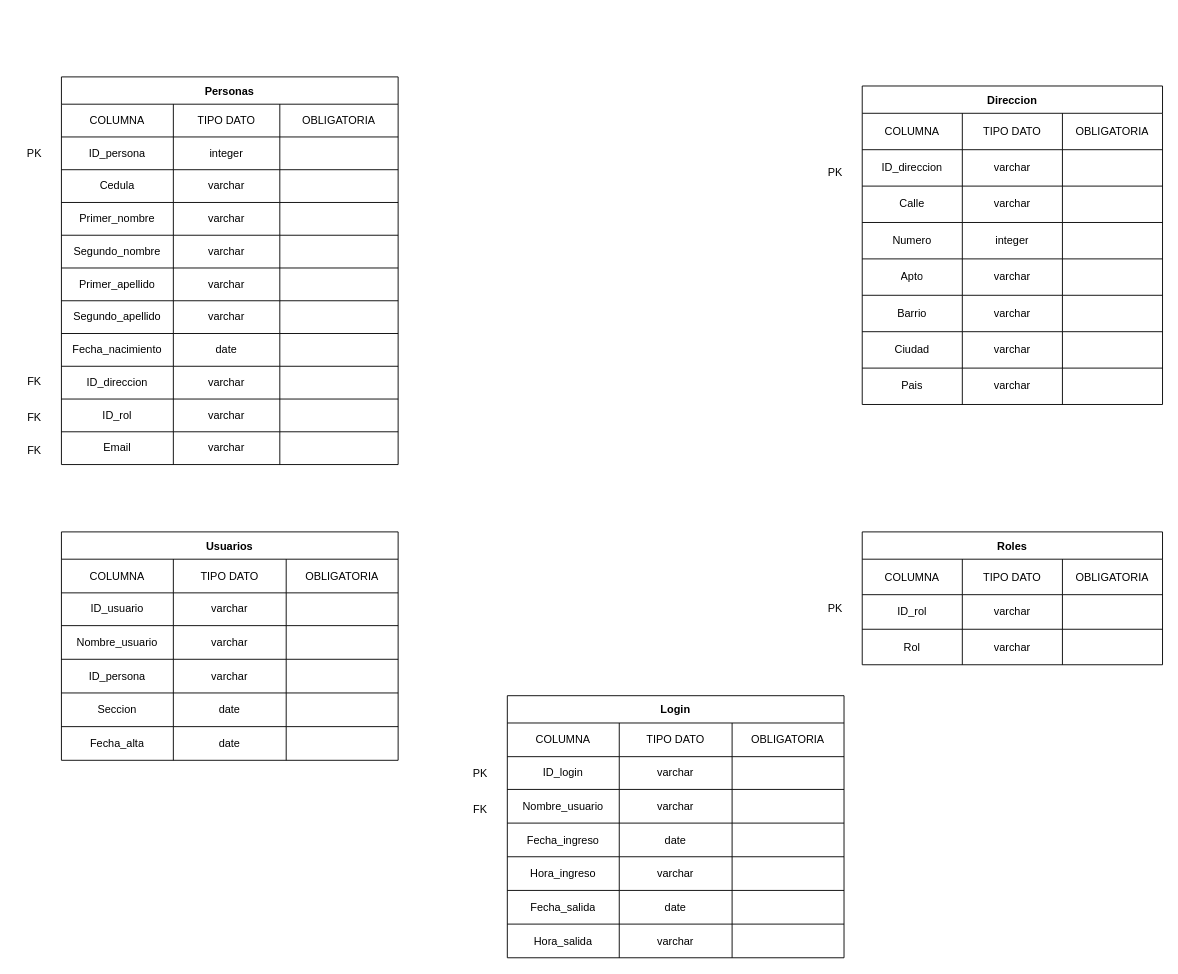
Earlier version of the draw.io diagram ejLogin-DiagFisico.drawio (nicolasferreirat/EjercicioLoginBaseDeDatos). Source tidied: cells renumbered, new cells numbered last; positions are measured from the earlier drawing's top-left corner, leaving out a move shared by most shapes. Both pictures are drawn from the tidied source at 91%, with x=0, y=0 at pixel (15, 76).
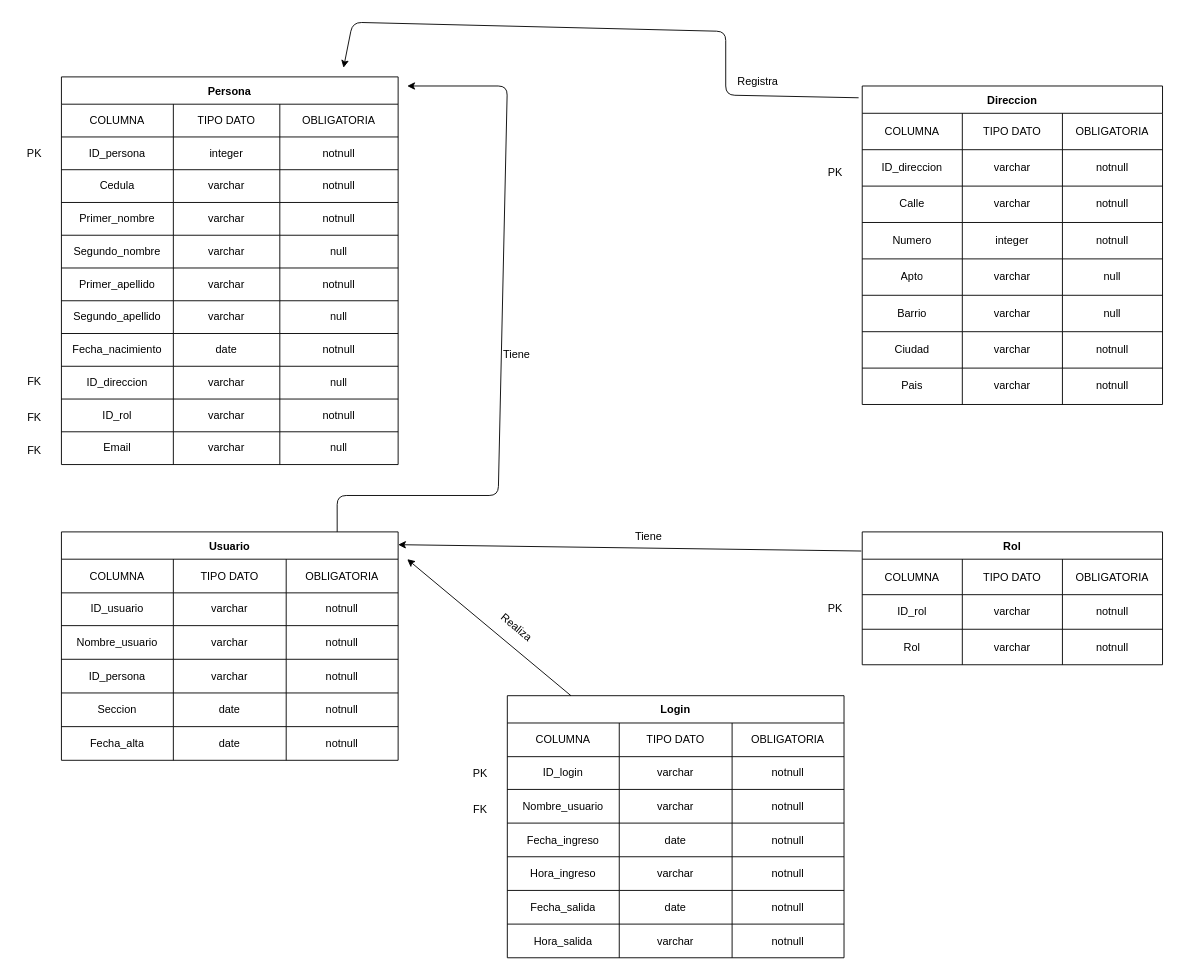
The same diagram, later.

The change refers to these unchanged cells:
```xml
<mxCell id="7" style="shape=tableRow;horizontal=0;startSize=0;swimlaneHead=0;swimlaneBody=0;top=0;left=0;bottom=0;right=0;fillColor=none;" parent="2" vertex="1">
<mxCell id="11" style="shape=tableRow;horizontal=0;startSize=0;swimlaneHead=0;swimlaneBody=0;top=0;left=0;bottom=0;right=0;fillColor=none;" parent="2" vertex="1">
<mxCell id="15" style="shape=tableRow;horizontal=0;startSize=0;swimlaneHead=0;swimlaneBody=0;top=0;left=0;bottom=0;right=0;fillColor=none;" parent="2" vertex="1">
<mxCell id="19" style="shape=tableRow;horizontal=0;startSize=0;swimlaneHead=0;swimlaneBody=0;top=0;left=0;bottom=0;right=0;fillColor=none;" parent="2" vertex="1">
<mxCell id="23" style="shape=tableRow;horizontal=0;startSize=0;swimlaneHead=0;swimlaneBody=0;top=0;left=0;bottom=0;right=0;fillColor=none;" parent="2" vertex="1">
<mxCell id="27" style="shape=tableRow;horizontal=0;startSize=0;swimlaneHead=0;swimlaneBody=0;top=0;left=0;bottom=0;right=0;fillColor=none;" parent="2" vertex="1">
<mxCell id="31" style="shape=tableRow;horizontal=0;startSize=0;swimlaneHead=0;swimlaneBody=0;top=0;left=0;bottom=0;right=0;fillColor=none;" parent="2" vertex="1">
<mxCell id="35" style="shape=tableRow;horizontal=0;startSize=0;swimlaneHead=0;swimlaneBody=0;top=0;left=0;bottom=0;right=0;fillColor=none;" parent="2" vertex="1">
<mxCell id="39" style="shape=tableRow;horizontal=0;startSize=0;swimlaneHead=0;swimlaneBody=0;top=0;left=0;bottom=0;right=0;fillColor=none;" parent="2" vertex="1">
<mxCell id="43" style="shape=tableRow;horizontal=0;startSize=0;swimlaneHead=0;swimlaneBody=0;top=0;left=0;bottom=0;right=0;fillColor=none;" parent="2" vertex="1">
<mxCell id="51" value="Direccion" style="shape=table;startSize=30;childLayout=tableLayout;fontStyle=1;align=center;" parent="1" vertex="1">
<mxCell id="56" style="shape=tableRow;horizontal=0;startSize=0;swimlaneHead=0;swimlaneBody=0;top=0;left=0;bottom=0;right=0;fillColor=none;" parent="51" vertex="1">
<mxCell id="60" style="shape=tableRow;horizontal=0;startSize=0;swimlaneHead=0;swimlaneBody=0;top=0;left=0;bottom=0;right=0;fillColor=none;" parent="51" vertex="1">
<mxCell id="64" style="shape=tableRow;horizontal=0;startSize=0;swimlaneHead=0;swimlaneBody=0;top=0;left=0;bottom=0;right=0;fillColor=none;" parent="51" vertex="1">
<mxCell id="68" style="shape=tableRow;horizontal=0;startSize=0;swimlaneHead=0;swimlaneBody=0;top=0;left=0;bottom=0;right=0;fillColor=none;" parent="51" vertex="1">
<mxCell id="72" style="shape=tableRow;horizontal=0;startSize=0;swimlaneHead=0;swimlaneBody=0;top=0;left=0;bottom=0;right=0;fillColor=none;" parent="51" vertex="1">
<mxCell id="76" style="shape=tableRow;horizontal=0;startSize=0;swimlaneHead=0;swimlaneBody=0;top=0;left=0;bottom=0;right=0;fillColor=none;" parent="51" vertex="1">
<mxCell id="80" style="shape=tableRow;horizontal=0;startSize=0;swimlaneHead=0;swimlaneBody=0;top=0;left=0;bottom=0;right=0;fillColor=none;" parent="51" vertex="1">
<mxCell id="90" style="shape=tableRow;horizontal=0;startSize=0;swimlaneHead=0;swimlaneBody=0;top=0;left=0;bottom=0;right=0;fillColor=none;" parent="85" vertex="1">
<mxCell id="94" style="shape=tableRow;horizontal=0;startSize=0;swimlaneHead=0;swimlaneBody=0;top=0;left=0;bottom=0;right=0;fillColor=none;" parent="85" vertex="1">
<mxCell id="104" style="shape=tableRow;horizontal=0;startSize=0;swimlaneHead=0;swimlaneBody=0;top=0;left=0;bottom=0;right=0;fillColor=none;" parent="99" vertex="1">
<mxCell id="108" style="shape=tableRow;horizontal=0;startSize=0;swimlaneHead=0;swimlaneBody=0;top=0;left=0;bottom=0;right=0;fillColor=none;" parent="99" vertex="1">
<mxCell id="112" style="shape=tableRow;horizontal=0;startSize=0;swimlaneHead=0;swimlaneBody=0;top=0;left=0;bottom=0;right=0;fillColor=none;" parent="99" vertex="1">
<mxCell id="116" style="shape=tableRow;horizontal=0;startSize=0;swimlaneHead=0;swimlaneBody=0;top=0;left=0;bottom=0;right=0;fillColor=none;" parent="99" vertex="1">
<mxCell id="120" style="shape=tableRow;horizontal=0;startSize=0;swimlaneHead=0;swimlaneBody=0;top=0;left=0;bottom=0;right=0;fillColor=none;" parent="99" vertex="1">
<mxCell id="124" value="Login" style="shape=table;startSize=30;childLayout=tableLayout;fontStyle=1;align=center;" parent="1" vertex="1">
<mxCell id="129" style="shape=tableRow;horizontal=0;startSize=0;swimlaneHead=0;swimlaneBody=0;top=0;left=0;bottom=0;right=0;fillColor=none;" parent="124" vertex="1">
<mxCell id="133" style="shape=tableRow;horizontal=0;startSize=0;swimlaneHead=0;swimlaneBody=0;top=0;left=0;bottom=0;right=0;fillColor=none;" parent="124" vertex="1">
<mxCell id="137" style="shape=tableRow;horizontal=0;startSize=0;swimlaneHead=0;swimlaneBody=0;top=0;left=0;bottom=0;right=0;fillColor=none;" parent="124" vertex="1">
<mxCell id="141" style="shape=tableRow;horizontal=0;startSize=0;swimlaneHead=0;swimlaneBody=0;top=0;left=0;bottom=0;right=0;fillColor=none;" parent="124" vertex="1">
<mxCell id="145" style="shape=tableRow;horizontal=0;startSize=0;swimlaneHead=0;swimlaneBody=0;top=0;left=0;bottom=0;right=0;fillColor=none;" parent="124" vertex="1">
<mxCell id="149" style="shape=tableRow;horizontal=0;startSize=0;swimlaneHead=0;swimlaneBody=0;top=0;left=0;bottom=0;right=0;fillColor=none;" parent="124" vertex="1">
```

The edit, as a diff of the source:
```diff
@@
-    <mxCell id="2" value="Personas" style="shape=table;startSize=30;childLayout=tableLayout;fontStyle=1;align=center;" parent="1" vertex="1">
+    <mxCell id="2" value="Persona" style="shape=table;startSize=30;childLayout=tableLayout;fontStyle=1;align=center;" parent="1" vertex="1">
       <mxGeometry x="50" width="370" height="426" as="geometry" />
     </mxCell>
@@
-    <mxCell id="10" style="shape=partialRectangle;html=1;whiteSpace=wrap;fillColor=none;top=0;left=0;bottom=0;right=0;overflow=hidden;" parent="7" vertex="1">
+    <mxCell id="10" value="notnull" style="shape=partialRectangle;html=1;whiteSpace=wrap;fillColor=none;top=0;left=0;bottom=0;right=0;overflow=hidden;" parent="7" vertex="1">
       <mxGeometry x="240" width="130" height="36" as="geometry" />
     </mxCell>
@@
-    <mxCell id="14" style="shape=partialRectangle;html=1;whiteSpace=wrap;fillColor=none;top=0;left=0;bottom=0;right=0;overflow=hidden;" parent="11" vertex="1">
+    <mxCell id="14" value="notnull" style="shape=partialRectangle;html=1;whiteSpace=wrap;fillColor=none;top=0;left=0;bottom=0;right=0;overflow=hidden;" parent="11" vertex="1">
       <mxGeometry x="240" width="130" height="36" as="geometry" />
     </mxCell>
@@
-    <mxCell id="18" style="shape=partialRectangle;html=1;whiteSpace=wrap;fillColor=none;top=0;left=0;bottom=0;right=0;overflow=hidden;" parent="15" vertex="1">
+    <mxCell id="18" value="notnull" style="shape=partialRectangle;html=1;whiteSpace=wrap;fillColor=none;top=0;left=0;bottom=0;right=0;overflow=hidden;" parent="15" vertex="1">
       <mxGeometry x="240" width="130" height="36" as="geometry" />
     </mxCell>
@@
-    <mxCell id="22" style="shape=partialRectangle;html=1;whiteSpace=wrap;fillColor=none;top=0;left=0;bottom=0;right=0;overflow=hidden;" parent="19" vertex="1">
+    <mxCell id="22" value="null" style="shape=partialRectangle;html=1;whiteSpace=wrap;fillColor=none;top=0;left=0;bottom=0;right=0;overflow=hidden;" parent="19" vertex="1">
       <mxGeometry x="240" width="130" height="36" as="geometry" />
     </mxCell>
@@
-    <mxCell id="26" style="shape=partialRectangle;html=1;whiteSpace=wrap;fillColor=none;top=0;left=0;bottom=0;right=0;overflow=hidden;" parent="23" vertex="1">
+    <mxCell id="26" value="notnull" style="shape=partialRectangle;html=1;whiteSpace=wrap;fillColor=none;top=0;left=0;bottom=0;right=0;overflow=hidden;" parent="23" vertex="1">
       <mxGeometry x="240" width="130" height="36" as="geometry" />
     </mxCell>
@@
-    <mxCell id="30" style="shape=partialRectangle;html=1;whiteSpace=wrap;fillColor=none;top=0;left=0;bottom=0;right=0;overflow=hidden;" parent="27" vertex="1">
+    <mxCell id="30" value="null" style="shape=partialRectangle;html=1;whiteSpace=wrap;fillColor=none;top=0;left=0;bottom=0;right=0;overflow=hidden;" parent="27" vertex="1">
       <mxGeometry x="240" width="130" height="36" as="geometry" />
     </mxCell>
@@
-    <mxCell id="34" style="shape=partialRectangle;html=1;whiteSpace=wrap;fillColor=none;top=0;left=0;bottom=0;right=0;overflow=hidden;" parent="31" vertex="1">
+    <mxCell id="34" value="notnull" style="shape=partialRectangle;html=1;whiteSpace=wrap;fillColor=none;top=0;left=0;bottom=0;right=0;overflow=hidden;" parent="31" vertex="1">
       <mxGeometry x="240" width="130" height="36" as="geometry" />
     </mxCell>
@@
-    <mxCell id="38" style="shape=partialRectangle;html=1;whiteSpace=wrap;fillColor=none;top=0;left=0;bottom=0;right=0;overflow=hidden;" parent="35" vertex="1">
+    <mxCell id="38" value="null" style="shape=partialRectangle;html=1;whiteSpace=wrap;fillColor=none;top=0;left=0;bottom=0;right=0;overflow=hidden;" parent="35" vertex="1">
       <mxGeometry x="240" width="130" height="36" as="geometry" />
     </mxCell>
@@
-    <mxCell id="42" style="shape=partialRectangle;html=1;whiteSpace=wrap;fillColor=none;top=0;left=0;bottom=0;right=0;overflow=hidden;" parent="39" vertex="1">
+    <mxCell id="42" value="notnull" style="shape=partialRectangle;html=1;whiteSpace=wrap;fillColor=none;top=0;left=0;bottom=0;right=0;overflow=hidden;" parent="39" vertex="1">
       <mxGeometry x="240" width="130" height="36" as="geometry" />
     </mxCell>
@@
-    <mxCell id="46" style="shape=partialRectangle;html=1;whiteSpace=wrap;fillColor=none;top=0;left=0;bottom=0;right=0;overflow=hidden;" parent="43" vertex="1">
+    <mxCell id="46" value="null" style="shape=partialRectangle;html=1;whiteSpace=wrap;fillColor=none;top=0;left=0;bottom=0;right=0;overflow=hidden;" parent="43" vertex="1">
       <mxGeometry x="240" width="130" height="36" as="geometry" />
     </mxCell>
@@
-    <mxCell id="59" style="shape=partialRectangle;html=1;whiteSpace=wrap;fillColor=none;top=0;left=0;bottom=0;right=0;overflow=hidden;" parent="56" vertex="1">
+    <mxCell id="59" value="notnull" style="shape=partialRectangle;html=1;whiteSpace=wrap;fillColor=none;top=0;left=0;bottom=0;right=0;overflow=hidden;" parent="56" vertex="1">
       <mxGeometry x="220" width="110" height="40" as="geometry" />
     </mxCell>
@@
-    <mxCell id="63" style="shape=partialRectangle;html=1;whiteSpace=wrap;fillColor=none;top=0;left=0;bottom=0;right=0;overflow=hidden;" parent="60" vertex="1">
+    <mxCell id="63" value="notnull" style="shape=partialRectangle;html=1;whiteSpace=wrap;fillColor=none;top=0;left=0;bottom=0;right=0;overflow=hidden;" parent="60" vertex="1">
       <mxGeometry x="220" width="110" height="40" as="geometry" />
     </mxCell>
@@
-    <mxCell id="67" style="shape=partialRectangle;html=1;whiteSpace=wrap;fillColor=none;top=0;left=0;bottom=0;right=0;overflow=hidden;" parent="64" vertex="1">
+    <mxCell id="67" value="notnull" style="shape=partialRectangle;html=1;whiteSpace=wrap;fillColor=none;top=0;left=0;bottom=0;right=0;overflow=hidden;" parent="64" vertex="1">
       <mxGeometry x="220" width="110" height="40" as="geometry" />
     </mxCell>
@@
-    <mxCell id="71" style="shape=partialRectangle;html=1;whiteSpace=wrap;fillColor=none;top=0;left=0;bottom=0;right=0;overflow=hidden;" parent="68" vertex="1">
+    <mxCell id="71" value="null" style="shape=partialRectangle;html=1;whiteSpace=wrap;fillColor=none;top=0;left=0;bottom=0;right=0;overflow=hidden;" parent="68" vertex="1">
       <mxGeometry x="220" width="110" height="40" as="geometry" />
     </mxCell>
@@
-    <mxCell id="75" style="shape=partialRectangle;html=1;whiteSpace=wrap;fillColor=none;top=0;left=0;bottom=0;right=0;overflow=hidden;" parent="72" vertex="1">
+    <mxCell id="75" value="null" style="shape=partialRectangle;html=1;whiteSpace=wrap;fillColor=none;top=0;left=0;bottom=0;right=0;overflow=hidden;" parent="72" vertex="1">
       <mxGeometry x="220" width="110" height="40" as="geometry" />
     </mxCell>
@@
-    <mxCell id="79" style="shape=partialRectangle;html=1;whiteSpace=wrap;fillColor=none;top=0;left=0;bottom=0;right=0;overflow=hidden;" parent="76" vertex="1">
+    <mxCell id="79" value="notnull" style="shape=partialRectangle;html=1;whiteSpace=wrap;fillColor=none;top=0;left=0;bottom=0;right=0;overflow=hidden;" parent="76" vertex="1">
       <mxGeometry x="220" width="110" height="40" as="geometry" />
     </mxCell>
@@
-    <mxCell id="83" style="shape=partialRectangle;html=1;whiteSpace=wrap;fillColor=none;top=0;left=0;bottom=0;right=0;overflow=hidden;" parent="80" vertex="1">
+    <mxCell id="83" value="notnull" style="shape=partialRectangle;html=1;whiteSpace=wrap;fillColor=none;top=0;left=0;bottom=0;right=0;overflow=hidden;" parent="80" vertex="1">
       <mxGeometry x="220" width="110" height="40" as="geometry" />
     </mxCell>
@@
-    <mxCell id="85" value="Roles" style="shape=table;startSize=30;childLayout=tableLayout;fontStyle=1;align=center;" parent="1" vertex="1">
+    <mxCell id="85" value="Rol" style="shape=table;startSize=30;childLayout=tableLayout;fontStyle=1;align=center;" parent="1" vertex="1">
       <mxGeometry x="930" y="500" width="330" height="146" as="geometry" />
     </mxCell>
@@
-    <mxCell id="93" style="shape=partialRectangle;html=1;whiteSpace=wrap;fillColor=none;top=0;left=0;bottom=0;right=0;overflow=hidden;" parent="90" vertex="1">
+    <mxCell id="93" value="notnull" style="shape=partialRectangle;html=1;whiteSpace=wrap;fillColor=none;top=0;left=0;bottom=0;right=0;overflow=hidden;" parent="90" vertex="1">
       <mxGeometry x="220" width="110" height="38" as="geometry" />
     </mxCell>
@@
-    <mxCell id="97" style="shape=partialRectangle;html=1;whiteSpace=wrap;fillColor=none;top=0;left=0;bottom=0;right=0;overflow=hidden;" parent="94" vertex="1">
+    <mxCell id="97" value="notnull" style="shape=partialRectangle;html=1;whiteSpace=wrap;fillColor=none;top=0;left=0;bottom=0;right=0;overflow=hidden;" parent="94" vertex="1">
       <mxGeometry x="220" width="110" height="39" as="geometry" />
     </mxCell>
@@
-    <mxCell id="99" value="Usuarios" style="shape=table;startSize=30;childLayout=tableLayout;fontStyle=1;align=center;" parent="1" vertex="1">
+    <mxCell id="99" value="Usuario" style="shape=table;startSize=30;childLayout=tableLayout;fontStyle=1;align=center;" parent="1" vertex="1">
       <mxGeometry x="50" y="500" width="370" height="251" as="geometry" />
     </mxCell>
@@
-    <mxCell id="107" style="shape=partialRectangle;html=1;whiteSpace=wrap;fillColor=none;top=0;left=0;bottom=0;right=0;overflow=hidden;" parent="104" vertex="1">
+    <mxCell id="107" value="notnull" style="shape=partialRectangle;html=1;whiteSpace=wrap;fillColor=none;top=0;left=0;bottom=0;right=0;overflow=hidden;" parent="104" vertex="1">
       <mxGeometry x="247" width="123" height="36" as="geometry" />
     </mxCell>
@@
-    <mxCell id="111" style="shape=partialRectangle;html=1;whiteSpace=wrap;fillColor=none;top=0;left=0;bottom=0;right=0;overflow=hidden;" parent="108" vertex="1">
+    <mxCell id="111" value="notnull" style="shape=partialRectangle;html=1;whiteSpace=wrap;fillColor=none;top=0;left=0;bottom=0;right=0;overflow=hidden;" parent="108" vertex="1">
       <mxGeometry x="247" width="123" height="37" as="geometry" />
     </mxCell>
@@
-    <mxCell id="115" style="shape=partialRectangle;html=1;whiteSpace=wrap;fillColor=none;top=0;left=0;bottom=0;right=0;overflow=hidden;" parent="112" vertex="1">
+    <mxCell id="115" value="notnull" style="shape=partialRectangle;html=1;whiteSpace=wrap;fillColor=none;top=0;left=0;bottom=0;right=0;overflow=hidden;" parent="112" vertex="1">
       <mxGeometry x="247" width="123" height="37" as="geometry" />
     </mxCell>
@@
-    <mxCell id="119" style="shape=partialRectangle;html=1;whiteSpace=wrap;fillColor=none;top=0;left=0;bottom=0;right=0;overflow=hidden;" parent="116" vertex="1">
+    <mxCell id="119" value="notnull" style="shape=partialRectangle;html=1;whiteSpace=wrap;fillColor=none;top=0;left=0;bottom=0;right=0;overflow=hidden;" parent="116" vertex="1">
       <mxGeometry x="247" width="123" height="37" as="geometry" />
     </mxCell>
@@
-    <mxCell id="123" style="shape=partialRectangle;html=1;whiteSpace=wrap;fillColor=none;top=0;left=0;bottom=0;right=0;overflow=hidden;" parent="120" vertex="1">
+    <mxCell id="123" value="notnull" style="shape=partialRectangle;html=1;whiteSpace=wrap;fillColor=none;top=0;left=0;bottom=0;right=0;overflow=hidden;" parent="120" vertex="1">
       <mxGeometry x="247" width="123" height="37" as="geometry" />
     </mxCell>
@@
-    <mxCell id="132" style="shape=partialRectangle;html=1;whiteSpace=wrap;fillColor=none;top=0;left=0;bottom=0;right=0;overflow=hidden;" parent="129" vertex="1">
+    <mxCell id="132" value="notnull" style="shape=partialRectangle;html=1;whiteSpace=wrap;fillColor=none;top=0;left=0;bottom=0;right=0;overflow=hidden;" parent="129" vertex="1">
       <mxGeometry x="247" width="123" height="36" as="geometry" />
     </mxCell>
@@
-    <mxCell id="136" style="shape=partialRectangle;html=1;whiteSpace=wrap;fillColor=none;top=0;left=0;bottom=0;right=0;overflow=hidden;" parent="133" vertex="1">
+    <mxCell id="136" value="notnull" style="shape=partialRectangle;html=1;whiteSpace=wrap;fillColor=none;top=0;left=0;bottom=0;right=0;overflow=hidden;" parent="133" vertex="1">
       <mxGeometry x="247" width="123" height="37" as="geometry" />
     </mxCell>
@@
-    <mxCell id="140" style="shape=partialRectangle;html=1;whiteSpace=wrap;fillColor=none;top=0;left=0;bottom=0;right=0;overflow=hidden;" parent="137" vertex="1">
+    <mxCell id="140" value="notnull" style="shape=partialRectangle;html=1;whiteSpace=wrap;fillColor=none;top=0;left=0;bottom=0;right=0;overflow=hidden;" parent="137" vertex="1">
       <mxGeometry x="247" width="123" height="37" as="geometry" />
     </mxCell>
@@
-    <mxCell id="144" style="shape=partialRectangle;html=1;whiteSpace=wrap;fillColor=none;top=0;left=0;bottom=0;right=0;overflow=hidden;" parent="141" vertex="1">
+    <mxCell id="144" value="notnull" style="shape=partialRectangle;html=1;whiteSpace=wrap;fillColor=none;top=0;left=0;bottom=0;right=0;overflow=hidden;" parent="141" vertex="1">
       <mxGeometry x="247" width="123" height="37" as="geometry" />
     </mxCell>
@@
-    <mxCell id="148" style="shape=partialRectangle;html=1;whiteSpace=wrap;fillColor=none;top=0;left=0;bottom=0;right=0;overflow=hidden;" parent="145" vertex="1">
+    <mxCell id="148" value="notnull" style="shape=partialRectangle;html=1;whiteSpace=wrap;fillColor=none;top=0;left=0;bottom=0;right=0;overflow=hidden;" parent="145" vertex="1">
       <mxGeometry x="247" width="123" height="37" as="geometry" />
     </mxCell>
@@
-    <mxCell id="152" style="shape=partialRectangle;html=1;whiteSpace=wrap;fillColor=none;top=0;left=0;bottom=0;right=0;overflow=hidden;" parent="149" vertex="1">
+    <mxCell id="152" value="notnull" style="shape=partialRectangle;html=1;whiteSpace=wrap;fillColor=none;top=0;left=0;bottom=0;right=0;overflow=hidden;" parent="149" vertex="1">
       <mxGeometry x="247" width="123" height="37" as="geometry" />
     </mxCell>
@@
+    <mxCell id="155" style="endArrow=classic;html=1;exitX=-0.003;exitY=0.144;exitDx=0;exitDy=0;exitPerimeter=0;entryX=1;entryY=0.056;entryDx=0;entryDy=0;entryPerimeter=0;" parent="1" edge="1" source="85" target="99">
+      <mxGeometry relative="1" as="geometry" />
+    </mxCell>
+    <mxCell id="156" value="Tiene" style="text;html=1;align=center;verticalAlign=middle;strokeColor=none;fillColor=none;" parent="1" vertex="1">
+      <mxGeometry x="670" y="490" width="50" height="30" as="geometry" />
+    </mxCell>
+    <mxCell id="157" style="endArrow=classic;html=1;exitX=0.189;exitY=0;exitDx=0;exitDy=0;exitPerimeter=0;" parent="1" edge="1" source="124">
+      <mxGeometry relative="1" as="geometry">
+        <mxPoint x="430" y="530" as="targetPoint" />
+      </mxGeometry>
+    </mxCell>
+    <mxCell id="158" value="Realiza" style="text;html=1;align=center;verticalAlign=middle;strokeColor=none;fillColor=none;rotation=40;" parent="1" vertex="1">
+      <mxGeometry x="520" y="590" width="60" height="30" as="geometry" />
+    </mxCell>
+    <mxCell id="159" value="Tiene" style="text;html=1;align=center;verticalAlign=middle;strokeColor=none;fillColor=none;" parent="1" vertex="1">
+      <mxGeometry x="525" y="290" width="50" height="30" as="geometry" />
+    </mxCell>
+    <mxCell id="160" style="endArrow=classic;html=1;exitX=0.819;exitY=0;exitDx=0;exitDy=0;exitPerimeter=0;" parent="1" edge="1" source="99">
+      <mxGeometry relative="1" as="geometry">
+        <mxPoint x="430" y="10" as="targetPoint" />
+        <Array as="points">
+          <mxPoint x="353" y="460" />
+          <mxPoint x="530" y="460" />
+          <mxPoint x="540" y="10" />
+        </Array>
+      </mxGeometry>
+    </mxCell>
+    <mxCell id="161" style="endArrow=classic;html=1;exitX=-0.012;exitY=0.037;exitDx=0;exitDy=0;exitPerimeter=0;" parent="1" edge="1" source="51">
+      <mxGeometry relative="1" as="geometry">
+        <mxPoint x="360" y="-10" as="targetPoint" />
+        <Array as="points">
+          <mxPoint x="780" y="20" />
+          <mxPoint x="780" y="-50" />
+          <mxPoint x="370" y="-60" />
+        </Array>
+      </mxGeometry>
+    </mxCell>
+    <mxCell id="162" value="Registra" style="text;html=1;align=center;verticalAlign=middle;strokeColor=none;fillColor=none;" parent="1" vertex="1">
+      <mxGeometry x="780" y="-10" width="70" height="30" as="geometry" />
+    </mxCell>
```
